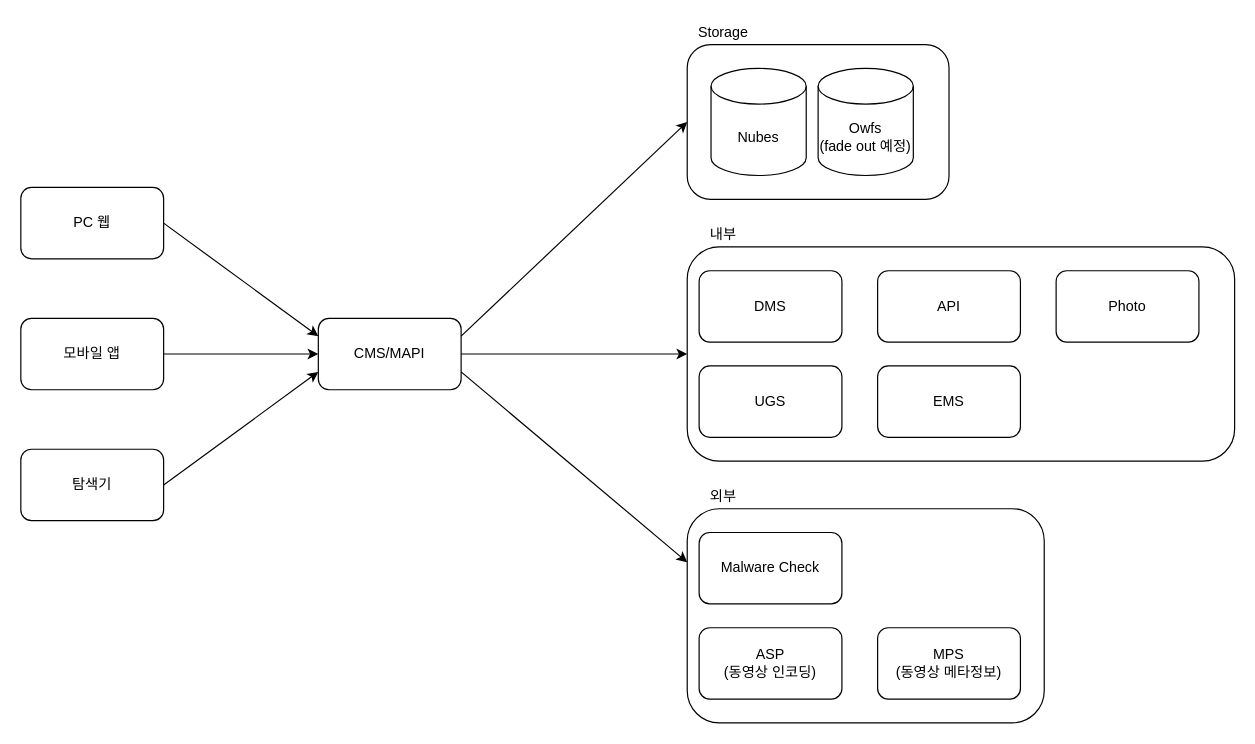
This is draw.io/cms_wiki_image.drawio from tuyy/TIL, a draw.io file, before an edit. Source tidied: cells renumbered, new cells numbered last; positions are measured from the earlier drawing's top-left corner, leaving out a move shared by most shapes. Both pictures are drawn from the tidied source at 119%, with x=0, y=0 at pixel (20, 20).
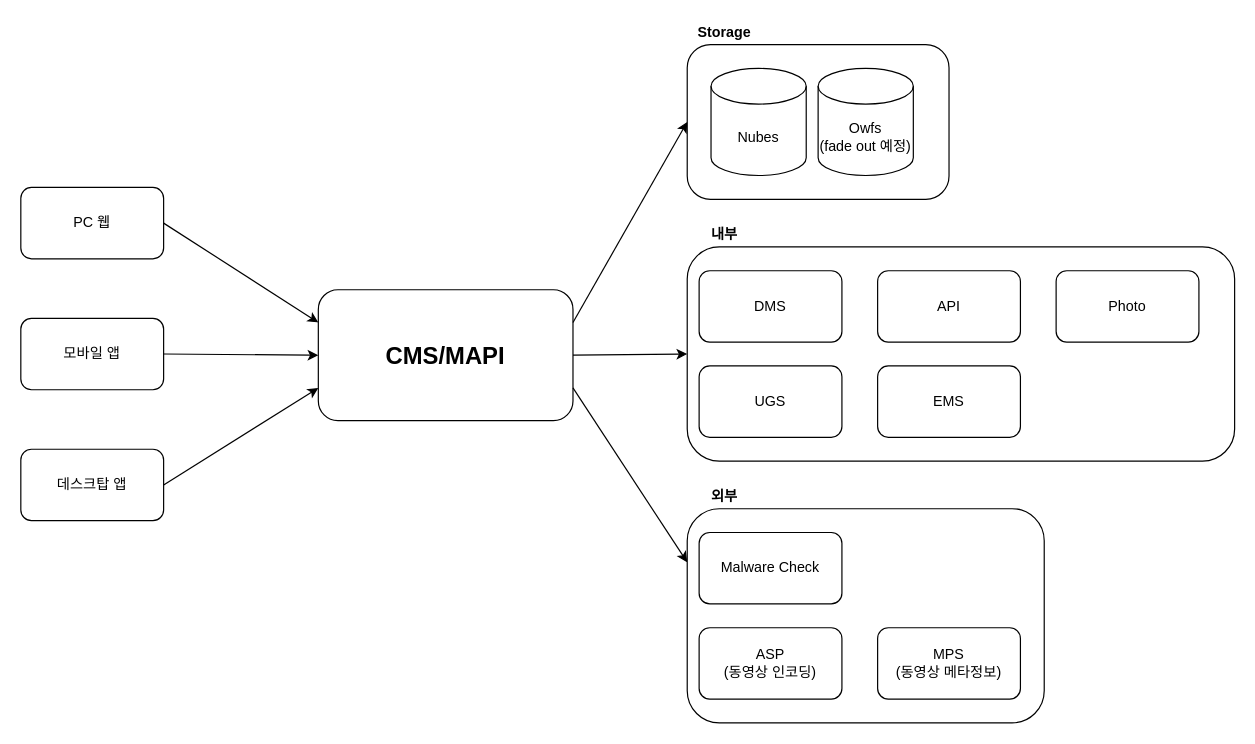
The same diagram, later.

Unchanged cells that the change refers to:
```xml
<mxCell id="3" style="group;" parent="1" vertex="1">
  <mxGeometry x="560" width="220" height="150" as="geometry" />
</mxCell>
```

Diff of the diagram source:
```diff
@@
-    <mxCell id="2" value="CMS/MAPI" style="rounded=1;whiteSpace=wrap;html=1;" parent="1" vertex="1">
-      <mxGeometry x="250" y="250" width="120" height="60" as="geometry" />
+    <mxCell id="2" value="&lt;b&gt;&lt;font style=&quot;font-size: 20px&quot;&gt;CMS/MAPI&lt;/font&gt;&lt;/b&gt;" style="rounded=1;whiteSpace=wrap;html=1;" parent="1" vertex="1">
+      <mxGeometry x="250" y="226" width="214" height="110" as="geometry" />
     </mxCell>
@@
-    <mxCell id="7" value="Storage" style="text;html=1;align=center;verticalAlign=middle;strokeColor=none;" parent="3" vertex="1">
-      <mxGeometry width="60" height="20" as="geometry" />
+    <mxCell id="7" value="&lt;b&gt;Storage&lt;/b&gt;" style="text;html=1;align=center;verticalAlign=middle;strokeColor=none;" parent="3" vertex="1">
+      <mxGeometry x="3" y="1" width="55" height="18" as="geometry" />
     </mxCell>
@@
-    <mxCell id="13" value="내부" style="text;html=1;align=center;verticalAlign=middle;strokeColor=none;" parent="1" vertex="1">
-      <mxGeometry x="570" y="170" width="40" height="20" as="geometry" />
+    <mxCell id="13" value="&lt;b&gt;내부&lt;/b&gt;" style="text;html=1;align=center;verticalAlign=middle;strokeColor=none;" parent="1" vertex="1">
+      <mxGeometry x="575" y="171" width="31" height="18" as="geometry" />
     </mxCell>
@@
-    <mxCell id="22" value="외부" style="text;html=1;align=center;verticalAlign=middle;strokeColor=none;" parent="1" vertex="1">
-      <mxGeometry x="570" y="390" width="40" height="20" as="geometry" />
+    <mxCell id="22" value="&lt;b&gt;외부&lt;/b&gt;" style="text;html=1;align=center;verticalAlign=middle;strokeColor=none;" parent="1" vertex="1">
+      <mxGeometry x="575" y="391" width="31" height="18" as="geometry" />
     </mxCell>
@@
-    <mxCell id="25" value="탐색기" style="rounded=1;whiteSpace=wrap;html=1;" parent="1" vertex="1">
+    <mxCell id="25" value="데스크탑 앱" style="rounded=1;whiteSpace=wrap;html=1;" parent="1" vertex="1">
       <mxGeometry y="360" width="120" height="60" as="geometry" />
     </mxCell>
```
